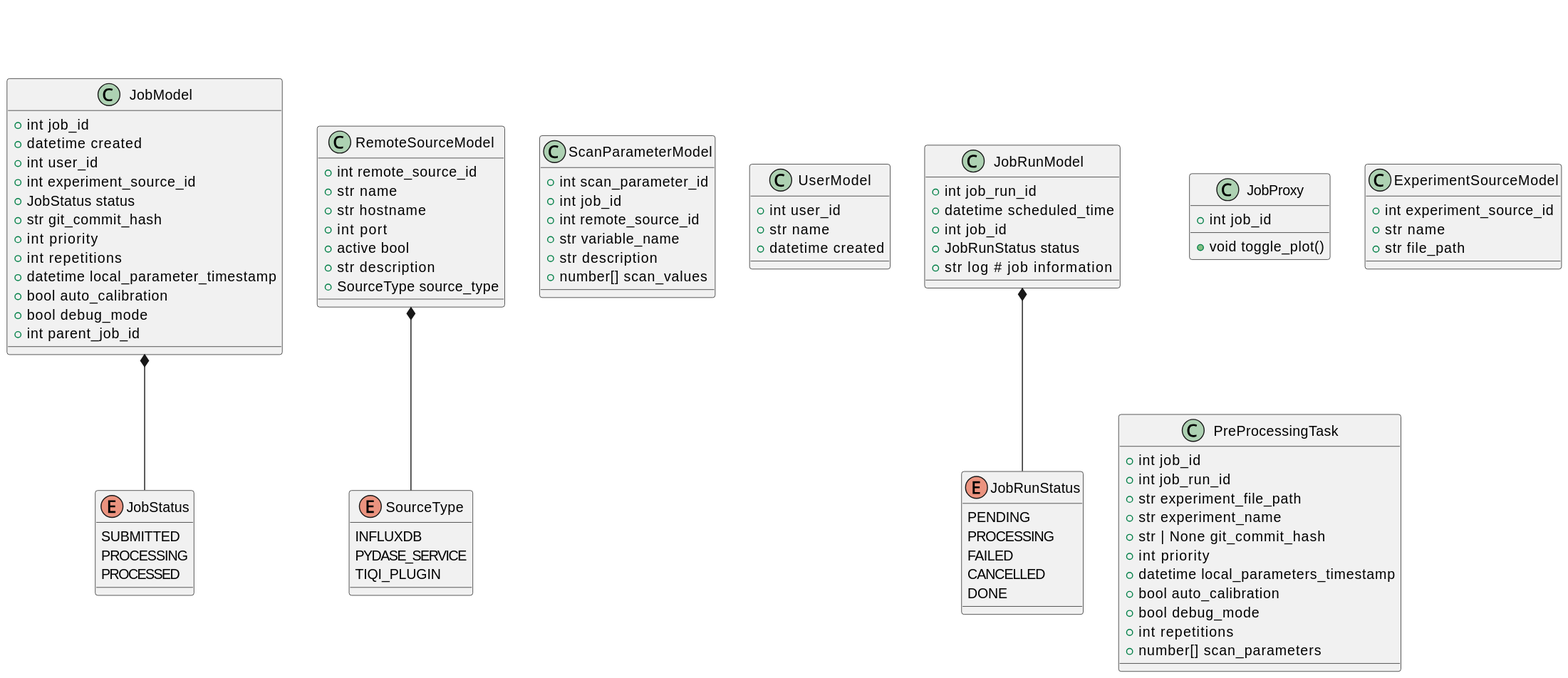
Before: docs/plantuml_diagrams/class_diagrams.svg, a diagram exported from PlantUML (tiqi-group/icon).
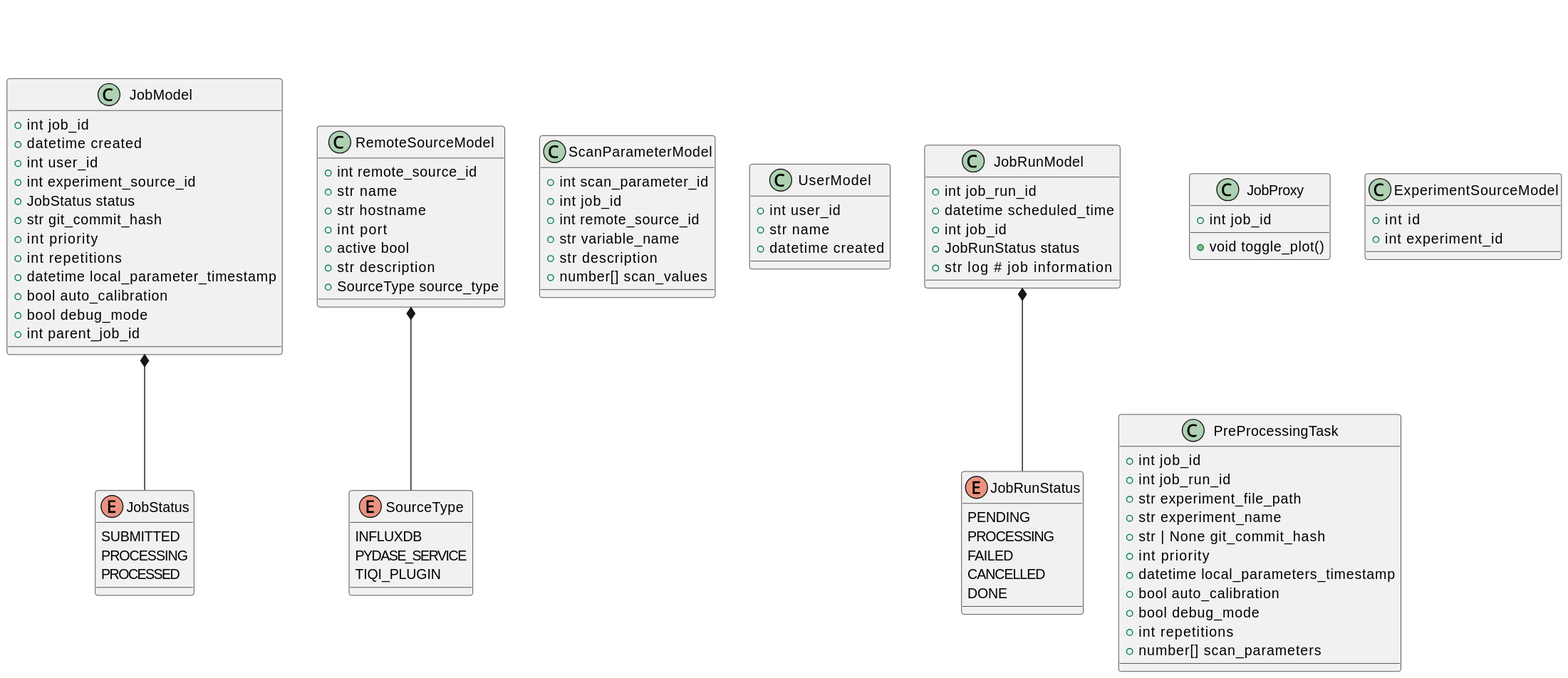
After the commit.

Change to the diagram source:
```diff
@@ -46,9 +46,8 @@
 }
 
 class ExperimentSourceModel {
-    + int experiment_source_id
-    + str name
-    + str file_path
+    + int id
+    + int experiment_id
 }
 
 class JobModel {
```
